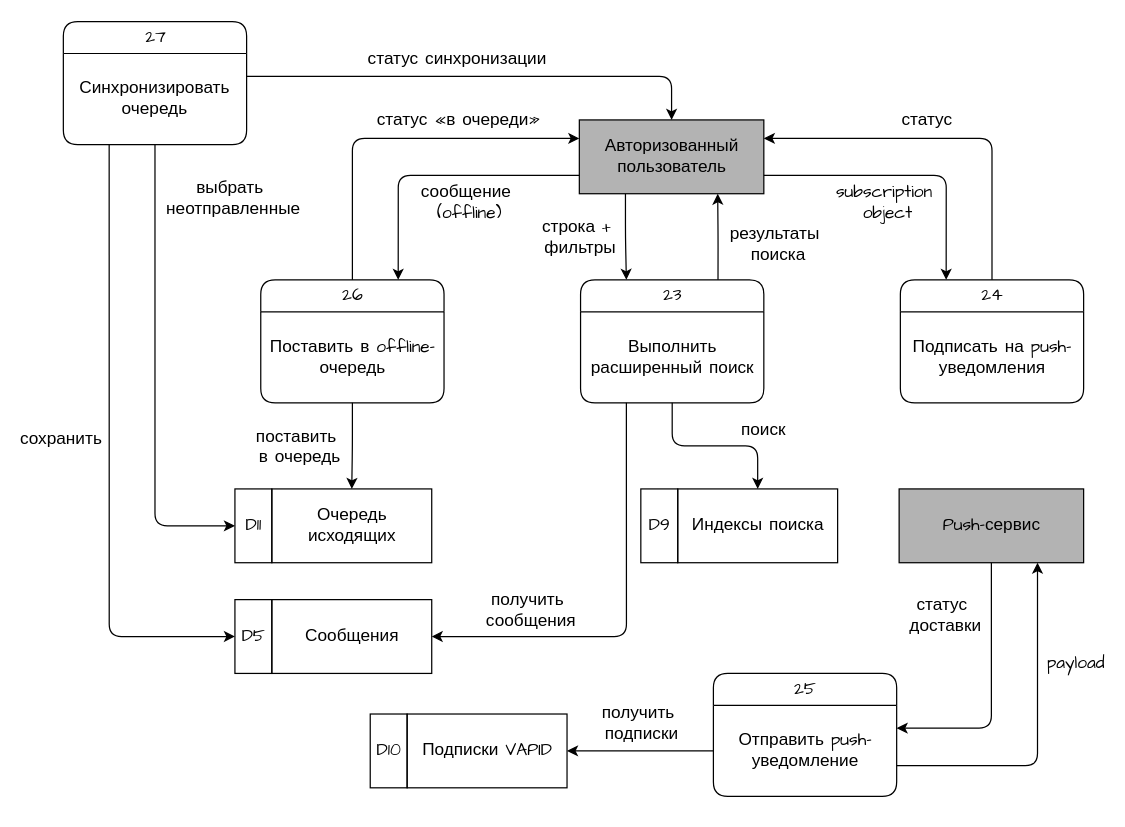
The draw.io diagram page "DFD 1: поиск, уведомления, offline" (5 of 8) of Практическая работа №1. DFD/Диаграммы DFD.drawio in art2535/project-activity-guap, before the edit. Source tidied: cells renumbered, new cells numbered last; positions are measured from the earlier drawing's top-left corner, leaving out a move shared by most shapes. Both pictures are drawn from the tidied source at 123%, with x=0, y=0 at pixel (63, 21).
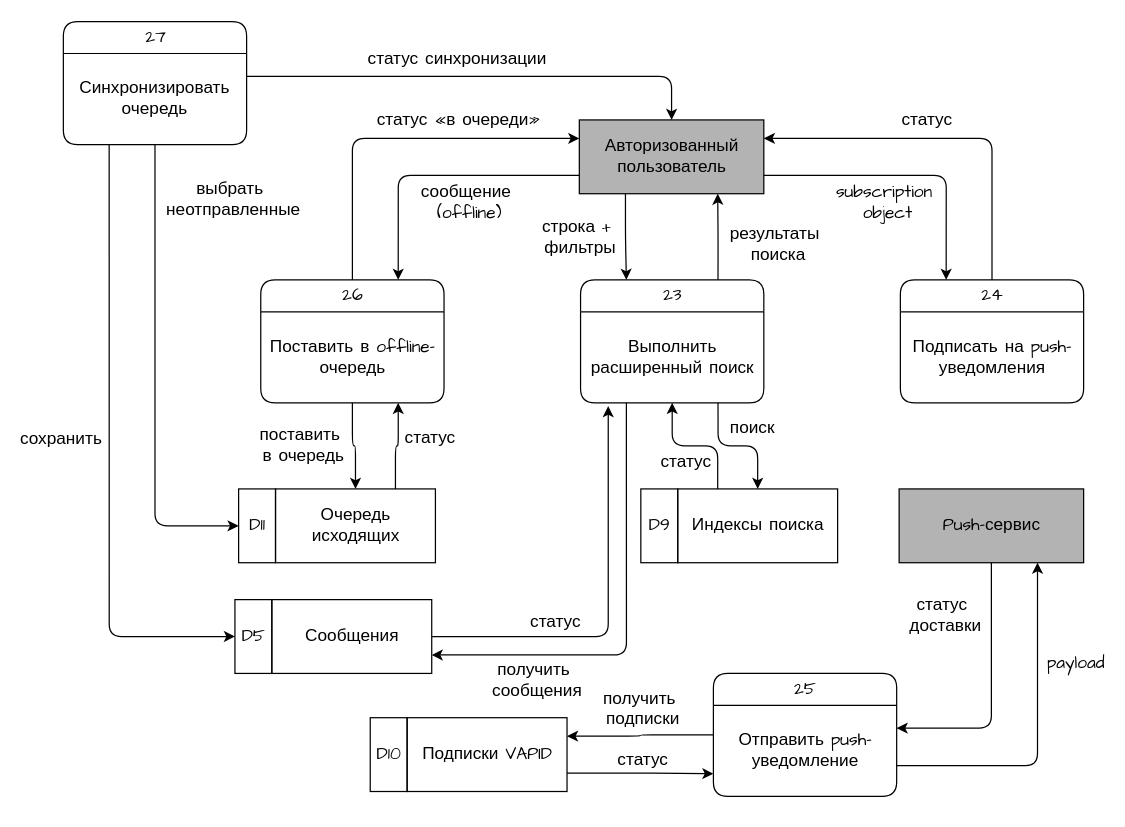
Above is the later version.

The change refers to these unchanged cells:
```xml
<mxCell id="3" value="25" style="swimlane;html=1;fontStyle=0;horizontal=1;startSize=26;fillColor=none;swimlaneFillColor=none;align=center;rounded=1;shadow=0;comic=0;labelBackgroundColor=none;strokeWidth=1;fontFamily=Comic Sans MS;fontSize=14;swimlaneLine=1;sketch=0;glass=0;" parent="1" vertex="1">
  <mxGeometry x="528.5" y="530" width="149" height="100" as="geometry" />
</mxCell>
<mxCell id="4" value="&lt;div style=&quot;&quot;&gt;Отправить push-уведомление&lt;/div&gt;" style="text;html=1;strokeColor=none;fillColor=none;align=center;verticalAlign=middle;whiteSpace=wrap;rounded=0;shadow=1;glass=0;sketch=0;fontFamily=Comic Sans MS;fontSize=14;" parent="3" vertex="1">
  <mxGeometry y="26" width="149" height="74" as="geometry" />
</mxCell>
<mxCell id="6" value="Поставить в offline-очередь" style="text;html=1;strokeColor=none;fillColor=none;align=center;verticalAlign=middle;whiteSpace=wrap;rounded=0;shadow=1;glass=0;sketch=0;fontFamily=Comic Sans MS;fontSize=14;" parent="5" vertex="1">
  <mxGeometry y="26" width="149" height="74" as="geometry" />
</mxCell>
<mxCell id="10" value="Очередь исходящих" style="rounded=0;whiteSpace=wrap;html=1;shadow=0;glass=0;sketch=0;strokeWidth=1;fillColor=none;fontFamily=Comic Sans MS;fontSize=14;" parent="9" vertex="1">
  <mxGeometry x="30" width="130" height="60" as="geometry" />
</mxCell>
<mxCell id="13" value="Подписки VAPID" style="rounded=0;whiteSpace=wrap;html=1;shadow=0;glass=0;sketch=0;strokeWidth=1;fillColor=none;fontFamily=Comic Sans MS;fontSize=14;" parent="12" vertex="1">
  <mxGeometry x="30" width="130" height="60" as="geometry" />
</mxCell>
<mxCell id="16" value="Индексы поиска" style="rounded=0;whiteSpace=wrap;html=1;shadow=0;glass=0;sketch=0;strokeWidth=1;fillColor=none;fontFamily=Comic Sans MS;fontSize=14;" parent="15" vertex="1">
  <mxGeometry x="30" width="130" height="60" as="geometry" />
</mxCell>
<mxCell id="20" value="23" style="swimlane;html=1;fontStyle=0;horizontal=1;startSize=26;fillColor=none;swimlaneFillColor=none;align=center;rounded=1;shadow=0;comic=0;labelBackgroundColor=none;strokeWidth=1;fontFamily=Comic Sans MS;fontSize=14;swimlaneLine=1;sketch=0;glass=0;" parent="1" vertex="1">
  <mxGeometry x="420.5" y="210" width="149" height="100" as="geometry" />
</mxCell>
<mxCell id="21" value="&lt;div style=&quot;&quot;&gt;Выполнить расширенный поиск&lt;/div&gt;" style="text;html=1;strokeColor=none;fillColor=none;align=center;verticalAlign=middle;whiteSpace=wrap;rounded=0;shadow=1;glass=0;sketch=0;fontFamily=Comic Sans MS;fontSize=14;" parent="20" vertex="1">
  <mxGeometry y="26" width="149" height="74" as="geometry" />
</mxCell>
<mxCell id="40" value="Сообщения" style="rounded=0;whiteSpace=wrap;html=1;shadow=0;glass=0;sketch=0;strokeWidth=1;fillColor=none;fontFamily=Comic Sans MS;fontSize=14;" parent="39" vertex="1">
  <mxGeometry x="30" width="130" height="60" as="geometry" />
</mxCell>
```

What changed in the source:
```diff
@@
     <mxCell id="9" style="group;shadow=0;fontFamily=Comic Sans MS;fontSize=14;" parent="1" vertex="1">
-      <mxGeometry x="139.5" y="380" width="160" height="60" as="geometry" />
+      <mxGeometry x="142.5" y="380" width="160" height="60" as="geometry" />
     </mxCell>
@@
     <mxCell id="12" style="group;shadow=0;fontFamily=Comic Sans MS;fontSize=14;" parent="1" vertex="1">
-      <mxGeometry x="249.5" y="563" width="160" height="60" as="geometry" />
+      <mxGeometry x="249.5" y="566" width="160" height="60" as="geometry" />
     </mxCell>
@@
-    <mxCell id="44" style="endArrow=classic;html=1;fontFamily=Comic Sans MS;fontSize=14;edgeStyle=orthogonalEdgeStyle;startArrow=none;startFill=0;endFill=1;exitX=0.5;exitY=1;exitDx=0;exitDy=0;entryX=0.5;entryY=0;entryDx=0;entryDy=0;" parent="1" edge="1" source="21" target="16">
+    <mxCell id="44" style="endArrow=classic;html=1;fontFamily=Comic Sans MS;fontSize=14;edgeStyle=orthogonalEdgeStyle;startArrow=none;startFill=0;endFill=1;exitX=0.75;exitY=1;exitDx=0;exitDy=0;entryX=0.5;entryY=0;entryDx=0;entryDy=0;" parent="1" edge="1" source="21" target="16">
       <mxGeometry relative="1" as="geometry" />
     </mxCell>
     <mxCell id="45" value="поиск" style="edgeLabel;html=1;align=center;verticalAlign=middle;fontSize=14;fontFamily=Comic Sans MS;labelBackgroundColor=none;" parent="44" vertex="1">
       <mxGeometry x="0.32" y="-1" relative="1" as="geometry">
-        <mxPoint x="16" y="-14" as="offset" />
+        <mxPoint x="-4" y="-14" as="offset" />
       </mxGeometry>
     </mxCell>
@@
-    <mxCell id="48" style="endArrow=classic;html=1;fontFamily=Comic Sans MS;fontSize=14;edgeStyle=orthogonalEdgeStyle;startArrow=none;startFill=0;endFill=1;exitX=0.25;exitY=1;exitDx=0;exitDy=0;entryX=1;entryY=0.5;entryDx=0;entryDy=0;" parent="1" edge="1" source="20" target="40">
+    <mxCell id="48" style="endArrow=classic;html=1;fontFamily=Comic Sans MS;fontSize=14;edgeStyle=orthogonalEdgeStyle;startArrow=none;startFill=0;endFill=1;exitX=0.25;exitY=1;exitDx=0;exitDy=0;entryX=1;entryY=0.75;entryDx=0;entryDy=0;" parent="1" edge="1" source="20" target="40">
       <mxGeometry relative="1" as="geometry" />
     </mxCell>
     <mxCell id="49" value="получить&amp;nbsp;&lt;div&gt;сообщения&lt;/div&gt;" style="edgeLabel;html=1;align=center;verticalAlign=middle;fontSize=14;fontFamily=Comic Sans MS;labelBackgroundColor=none;" parent="48" vertex="1">
       <mxGeometry x="0.32" y="-1" relative="1" as="geometry">
-        <mxPoint x="-38" y="-21" as="offset" />
+        <mxPoint x="-38" y="21" as="offset" />
       </mxGeometry>
     </mxCell>
@@
-    <mxCell id="54" style="endArrow=classic;html=1;fontFamily=Comic Sans MS;fontSize=14;edgeStyle=orthogonalEdgeStyle;startArrow=none;startFill=0;endFill=1;exitX=0;exitY=0.5;exitDx=0;exitDy=0;entryX=1;entryY=0.5;entryDx=0;entryDy=0;" parent="1" edge="1" source="4" target="13">
+    <mxCell id="54" style="endArrow=classic;html=1;fontFamily=Comic Sans MS;fontSize=14;edgeStyle=orthogonalEdgeStyle;startArrow=none;startFill=0;endFill=1;exitX=0;exitY=0.5;exitDx=0;exitDy=0;entryX=1;entryY=0.25;entryDx=0;entryDy=0;" parent="1" edge="1" source="3" target="13">
       <mxGeometry relative="1" as="geometry" />
     </mxCell>
@@
+    <mxCell id="56" style="endArrow=classic;html=1;fontFamily=Comic Sans MS;fontSize=14;edgeStyle=orthogonalEdgeStyle;startArrow=none;startFill=0;endFill=1;exitX=0.75;exitY=0;exitDx=0;exitDy=0;entryX=0.75;entryY=1;entryDx=0;entryDy=0;" parent="1" edge="1" source="10" target="6">
+      <mxGeometry relative="1" as="geometry" />
+    </mxCell>
+    <mxCell id="57" value="статус" style="edgeLabel;html=1;align=center;verticalAlign=middle;fontSize=14;fontFamily=Comic Sans MS;labelBackgroundColor=none;" parent="56" vertex="1">
+      <mxGeometry x="0.32" y="-1" relative="1" as="geometry">
+        <mxPoint x="24" y="4" as="offset" />
+      </mxGeometry>
+    </mxCell>
+    <mxCell id="58" style="endArrow=classic;html=1;fontFamily=Comic Sans MS;fontSize=14;edgeStyle=orthogonalEdgeStyle;startArrow=none;startFill=0;endFill=1;exitX=0.25;exitY=0;exitDx=0;exitDy=0;entryX=0.5;entryY=1;entryDx=0;entryDy=0;" parent="1" edge="1" source="16" target="21">
+      <mxGeometry relative="1" as="geometry" />
+    </mxCell>
+    <mxCell id="59" value="статус" style="edgeLabel;html=1;align=center;verticalAlign=middle;fontSize=14;fontFamily=Comic Sans MS;labelBackgroundColor=none;" parent="58" vertex="1">
+      <mxGeometry x="0.32" y="-1" relative="1" as="geometry">
+        <mxPoint x="9" y="14" as="offset" />
+      </mxGeometry>
+    </mxCell>
+    <mxCell id="60" style="endArrow=classic;html=1;fontFamily=Comic Sans MS;fontSize=14;edgeStyle=orthogonalEdgeStyle;startArrow=none;startFill=0;endFill=1;exitX=1;exitY=0.75;exitDx=0;exitDy=0;entryX=0;entryY=0.75;entryDx=0;entryDy=0;" parent="1" edge="1" source="13" target="4">
+      <mxGeometry relative="1" as="geometry" />
+    </mxCell>
+    <mxCell id="61" value="статус" style="edgeLabel;html=1;align=center;verticalAlign=middle;fontSize=14;fontFamily=Comic Sans MS;labelBackgroundColor=none;" parent="60" vertex="1">
+      <mxGeometry x="0.32" y="-1" relative="1" as="geometry">
+        <mxPoint x="-18" y="-12" as="offset" />
+      </mxGeometry>
+    </mxCell>
+    <mxCell id="62" style="endArrow=classic;html=1;fontFamily=Comic Sans MS;fontSize=14;edgeStyle=orthogonalEdgeStyle;startArrow=none;startFill=0;endFill=1;exitX=1;exitY=0.5;exitDx=0;exitDy=0;entryX=0.151;entryY=1.036;entryDx=0;entryDy=0;entryPerimeter=0;" parent="1" edge="1" source="40" target="21">
+      <mxGeometry relative="1" as="geometry" />
+    </mxCell>
+    <mxCell id="63" value="статус" style="edgeLabel;html=1;align=center;verticalAlign=middle;fontSize=14;fontFamily=Comic Sans MS;labelBackgroundColor=none;" parent="62" vertex="1">
+      <mxGeometry x="0.32" y="-1" relative="1" as="geometry">
+        <mxPoint x="-44" y="63" as="offset" />
+      </mxGeometry>
+    </mxCell>
```
